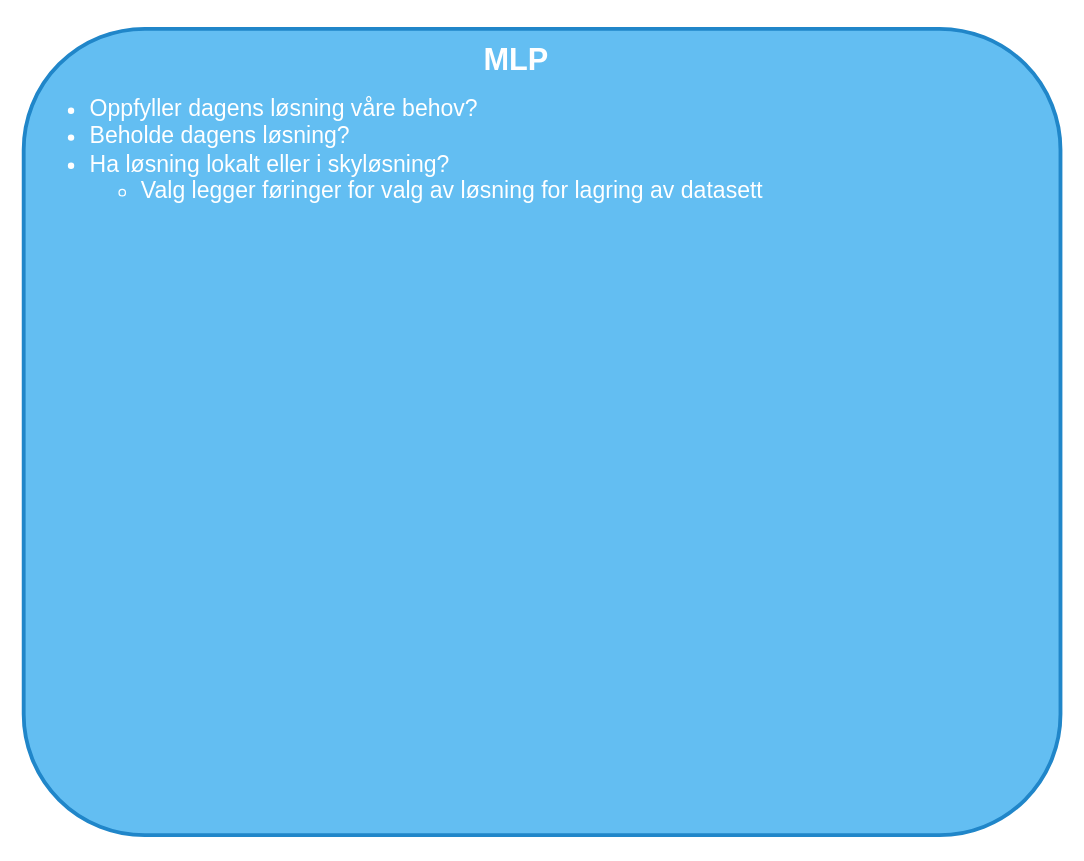
mortenee/draw.io keeps this draw.io diagram as page "MLP" (6 of 14) of .drawio. Above is the earlier version. Source tidied: cells renumbered, new cells numbered last; positions are measured from the earlier drawing's top-left corner, leaving out a move shared by most shapes. Both pictures are drawn from the tidied source at 128%, with x=0, y=0 at pixel (23, 28).
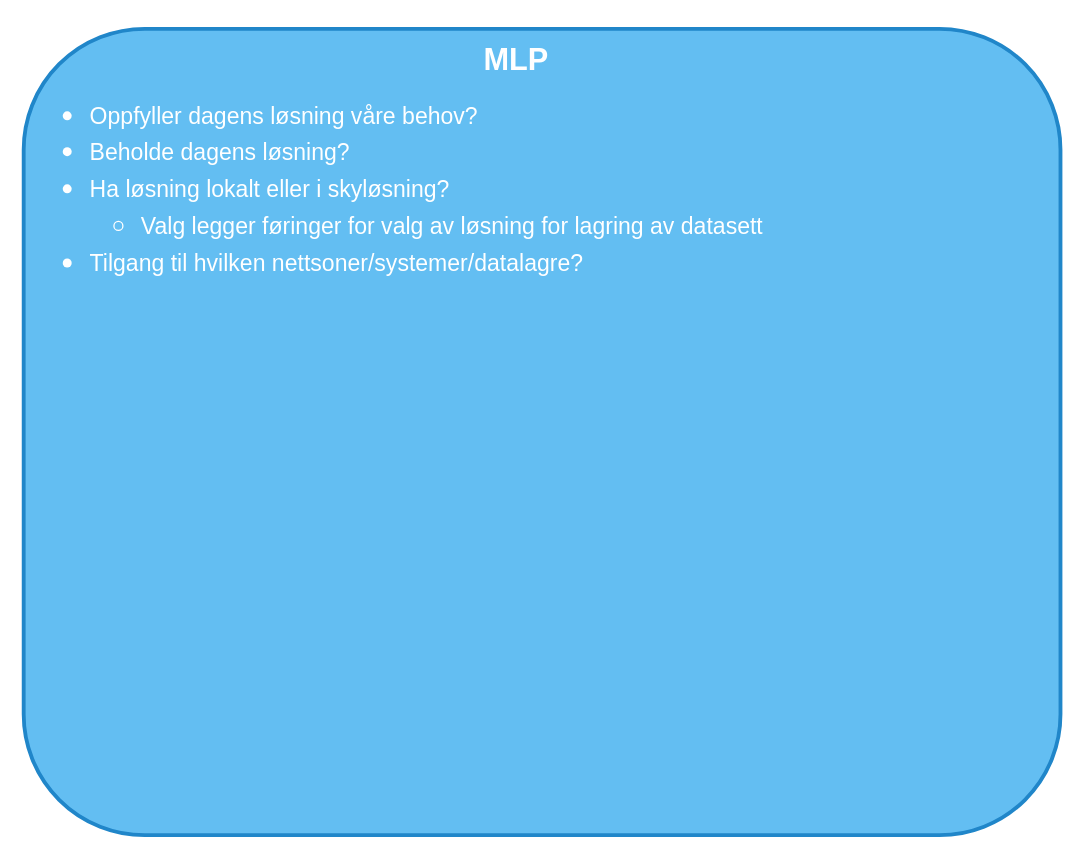
After the change.

The edit, as a diff of the source:
```diff
@@
 <mxGraphModel>
   <root>
     <mxCell id="0" />
     <mxCell id="1" parent="0" />
-    <mxCell id="2" value="&lt;h1 style=&quot;margin-top: 0px;&quot;&gt;&lt;div style=&quot;font-size: 18px;&quot;&gt;&lt;span style=&quot;font-weight: 400;&quot;&gt;&lt;br&gt;&lt;/span&gt;&lt;/div&gt;&lt;ul style=&quot;&quot;&gt;&lt;li style=&quot;font-size: 18px;&quot;&gt;&lt;span style=&quot;font-weight: 400;&quot;&gt;Oppfyller dagens løsning våre behov?&lt;/span&gt;&lt;/li&gt;&lt;li style=&quot;font-size: 18px;&quot;&gt;&lt;span style=&quot;font-weight: 400;&quot;&gt;Beholde dagens løsning?&lt;/span&gt;&lt;/li&gt;&lt;li style=&quot;font-size: 18px;&quot;&gt;&lt;span style=&quot;font-weight: 400;&quot;&gt;Ha løsning lokalt eller i skyløsning?&lt;/span&gt;&lt;/li&gt;&lt;ul&gt;&lt;li style=&quot;font-size: 18px;&quot;&gt;&lt;span style=&quot;font-weight: 400;&quot;&gt;Valg legger føringer for valg av løsning for lagring av datasett&lt;/span&gt;&lt;/li&gt;&lt;/ul&gt;&lt;/ul&gt;&lt;/h1&gt;" style="text;html=1;whiteSpace=wrap;overflow=hidden;rounded=1;fillColor=#63bef2;strokeColor=#2086c9;fontColor=#ffffff;fontFamily=Helvetica;fontSize=12;labelBackgroundColor=none;glass=0;shadow=0;strokeWidth=3;spacingLeft=10;" parent="1" vertex="1">
+    <mxCell id="2" value="&lt;h1 style=&quot;margin-top: 0px;&quot;&gt;&lt;div style=&quot;font-size: 18px;&quot;&gt;&lt;span style=&quot;font-weight: 400;&quot;&gt;&lt;br&gt;&lt;/span&gt;&lt;/div&gt;&lt;ul style=&quot;&quot;&gt;&lt;li&gt;&lt;span style=&quot;font-weight: 400; font-size: 18px; background-color: initial;&quot;&gt;Oppfyller dagens løsning våre behov?&lt;/span&gt;&lt;/li&gt;&lt;li&gt;&lt;span style=&quot;font-weight: 400; font-size: 18px; background-color: initial;&quot;&gt;Beholde dagens løsning?&lt;/span&gt;&lt;/li&gt;&lt;li&gt;&lt;span style=&quot;font-weight: 400; font-size: 18px; background-color: initial;&quot;&gt;Ha løsning lokalt eller i skyløsning?&lt;/span&gt;&lt;/li&gt;&lt;ul&gt;&lt;li&gt;&lt;span style=&quot;font-weight: 400; font-size: 18px; background-color: initial;&quot;&gt;Valg legger føringer for valg av løsning for lagring av datasett&lt;/span&gt;&lt;/li&gt;&lt;/ul&gt;&lt;li&gt;&lt;span style=&quot;font-size: 18px; font-weight: 400;&quot;&gt;Tilgang til hvilken nettsoner/systemer/datalagre?&lt;/span&gt;&lt;/li&gt;&lt;/ul&gt;&lt;/h1&gt;" style="text;html=1;whiteSpace=wrap;overflow=hidden;rounded=1;fillColor=#63bef2;strokeColor=#2086c9;fontColor=#ffffff;fontFamily=Helvetica;fontSize=12;labelBackgroundColor=none;glass=0;shadow=0;strokeWidth=3;spacingLeft=10;" parent="1" vertex="1">
       <mxGeometry width="810" height="630" as="geometry" />
     </mxCell>
     <mxCell id="3" value="&lt;h1&gt;MLP&lt;/h1&gt;" style="text;html=1;align=center;verticalAlign=middle;whiteSpace=wrap;rounded=0;fontColor=#FFFFFF;" parent="1" vertex="1">
       <mxGeometry x="320" y="10" width="130" height="30" as="geometry" />
     </mxCell>
   </root>
 </mxGraphModel>
```
